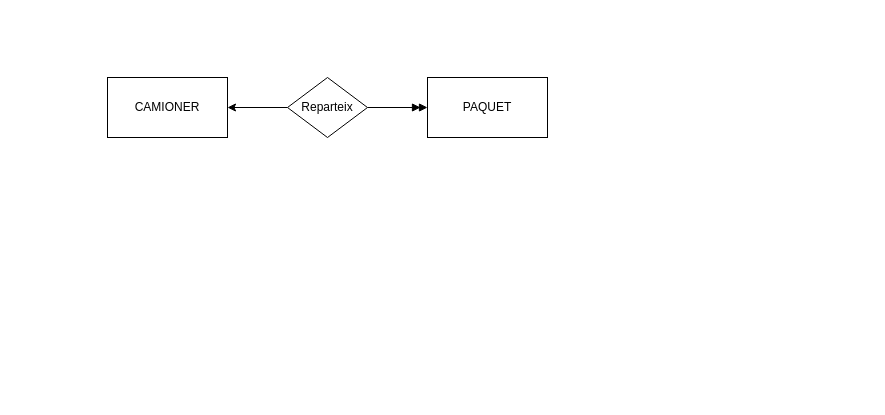
The draw.io diagram GS-Problemes de modelat-exercici1.drawio in KyPH-Phoenix/Base-de-dades-GS2021, before the edit. Source tidied: cells renumbered, new cells numbered last; positions are measured from the earlier drawing's top-left corner, leaving out a move shared by most shapes. Both pictures are drawn from the tidied source at 100%, with x=0, y=0 at pixel (107, 77).
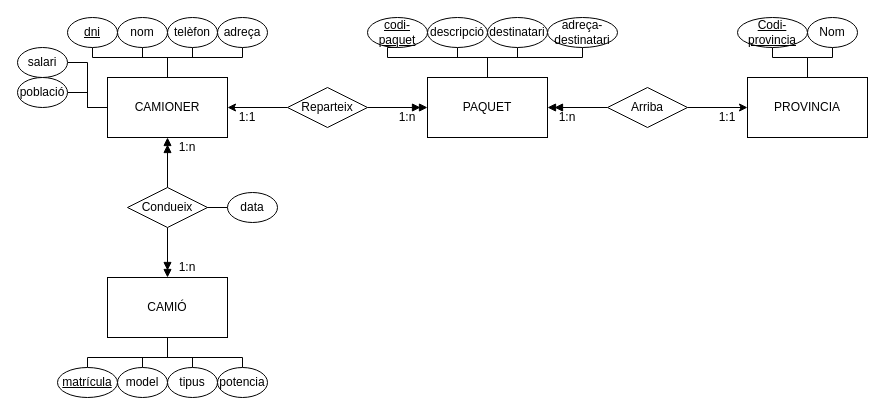
The same diagram, later.

Unchanged cells that the change refers to:
```xml
<mxCell id="2" value="CAMIONER" style="rounded=0;whiteSpace=wrap;html=1;" parent="1" vertex="1">
  <mxGeometry width="120" height="60" as="geometry" />
</mxCell>
<mxCell id="3" value="PAQUET" style="rounded=0;whiteSpace=wrap;html=1;" parent="1" vertex="1">
  <mxGeometry x="320" width="120" height="60" as="geometry" />
</mxCell>
```

The edit, as a diff of the source:
```diff
@@
+    <mxCell id="7" style="edgeStyle=orthogonalEdgeStyle;rounded=0;jettySize=auto;html=1;exitX=0.5;exitY=0;exitDx=0;exitDy=0;endArrow=none;endFill=0;" parent="1" edge="1" source="2" target="34">
+      <mxGeometry relative="1" as="geometry" />
+    </mxCell>
+    <mxCell id="8" style="edgeStyle=orthogonalEdgeStyle;rounded=0;jettySize=auto;html=1;exitX=0.5;exitY=0;exitDx=0;exitDy=0;endArrow=none;endFill=0;" parent="1" edge="1" source="2" target="33">
+      <mxGeometry relative="1" as="geometry" />
+    </mxCell>
+    <mxCell id="9" style="edgeStyle=orthogonalEdgeStyle;rounded=0;jettySize=auto;html=1;exitX=0.5;exitY=0;exitDx=0;exitDy=0;entryX=0.5;entryY=1;entryDx=0;entryDy=0;endArrow=none;endFill=0;" parent="1" edge="1" source="2" target="35">
+      <mxGeometry relative="1" as="geometry" />
+    </mxCell>
+    <mxCell id="10" style="edgeStyle=orthogonalEdgeStyle;rounded=0;jettySize=auto;html=1;exitX=0.5;exitY=0;exitDx=0;exitDy=0;entryX=0.5;entryY=1;entryDx=0;entryDy=0;endArrow=none;endFill=0;" parent="1" edge="1" source="2" target="32">
+      <mxGeometry relative="1" as="geometry" />
+    </mxCell>
+    <mxCell id="11" style="edgeStyle=orthogonalEdgeStyle;rounded=0;jettySize=auto;html=1;exitX=0;exitY=0.5;exitDx=0;exitDy=0;entryX=1;entryY=0.5;entryDx=0;entryDy=0;endArrow=none;endFill=0;" parent="1" edge="1" source="2" target="36">
+      <mxGeometry relative="1" as="geometry" />
+    </mxCell>
+    <mxCell id="12" style="edgeStyle=orthogonalEdgeStyle;rounded=0;jettySize=auto;html=1;exitX=0;exitY=0.5;exitDx=0;exitDy=0;entryX=1;entryY=0.5;entryDx=0;entryDy=0;endArrow=none;endFill=0;" parent="1" edge="1" source="2" target="37">
+      <mxGeometry relative="1" as="geometry" />
+    </mxCell>
@@
+    <mxCell id="13" style="edgeStyle=orthogonalEdgeStyle;rounded=0;jettySize=auto;html=1;exitX=0.5;exitY=0;exitDx=0;exitDy=0;entryX=0.5;entryY=1;entryDx=0;entryDy=0;endArrow=none;endFill=0;" parent="1" edge="1" source="3" target="45">
+      <mxGeometry relative="1" as="geometry">
+        <Array as="points">
+          <mxPoint x="380" y="-20" />
+          <mxPoint x="280" y="-20" />
+        </Array>
+      </mxGeometry>
+    </mxCell>
+    <mxCell id="14" style="edgeStyle=orthogonalEdgeStyle;rounded=0;jettySize=auto;html=1;exitX=0.5;exitY=0;exitDx=0;exitDy=0;entryX=0.5;entryY=1;entryDx=0;entryDy=0;endArrow=none;endFill=0;" parent="1" edge="1" source="3" target="42">
+      <mxGeometry relative="1" as="geometry" />
+    </mxCell>
+    <mxCell id="15" style="edgeStyle=orthogonalEdgeStyle;rounded=0;jettySize=auto;html=1;exitX=0.5;exitY=0;exitDx=0;exitDy=0;entryX=0.5;entryY=1;entryDx=0;entryDy=0;endArrow=none;endFill=0;" parent="1" edge="1" source="3" target="44">
+      <mxGeometry relative="1" as="geometry" />
+    </mxCell>
+    <mxCell id="16" style="edgeStyle=orthogonalEdgeStyle;rounded=0;jettySize=auto;html=1;exitX=0.5;exitY=0;exitDx=0;exitDy=0;entryX=0.5;entryY=1;entryDx=0;entryDy=0;endArrow=none;endFill=0;" parent="1" edge="1" source="3" target="43">
+      <mxGeometry relative="1" as="geometry">
+        <Array as="points">
+          <mxPoint x="380" y="-20" />
+          <mxPoint x="475" y="-20" />
+        </Array>
+      </mxGeometry>
+    </mxCell>
@@
     <mxCell id="6" value="Reparteix" style="rhombus;whiteSpace=wrap;html=1;" parent="1" vertex="1">
-      <mxGeometry x="180" width="80" height="60" as="geometry" />
+      <mxGeometry x="180" y="10" width="80" height="40" as="geometry" />
     </mxCell>
+    <mxCell id="17" style="edgeStyle=orthogonalEdgeStyle;rounded=0;jettySize=auto;html=1;exitX=0.5;exitY=0;exitDx=0;exitDy=0;entryX=0.5;entryY=1;entryDx=0;entryDy=0;endArrow=none;endFill=0;" parent="1" edge="1" source="19" target="46">
+      <mxGeometry relative="1" as="geometry" />
+    </mxCell>
+    <mxCell id="18" style="edgeStyle=orthogonalEdgeStyle;rounded=0;jettySize=auto;html=1;exitX=0.5;exitY=0;exitDx=0;exitDy=0;entryX=0.5;entryY=1;entryDx=0;entryDy=0;endArrow=none;endFill=0;" parent="1" edge="1" source="19" target="47">
+      <mxGeometry relative="1" as="geometry">
+        <Array as="points">
+          <mxPoint x="700" y="-20" />
+          <mxPoint x="725" y="-20" />
+        </Array>
+      </mxGeometry>
+    </mxCell>
+    <mxCell id="19" value="PROVINCIA" style="rounded=0;whiteSpace=wrap;html=1;" parent="1" vertex="1">
+      <mxGeometry x="640" width="120" height="60" as="geometry" />
+    </mxCell>
+    <mxCell id="20" style="edgeStyle=orthogonalEdgeStyle;rounded=0;jettySize=auto;html=1;entryX=0;entryY=0.5;entryDx=0;entryDy=0;" parent="1" edge="1" source="22" target="19">
+      <mxGeometry relative="1" as="geometry" />
+    </mxCell>
+    <mxCell id="21" style="edgeStyle=orthogonalEdgeStyle;rounded=0;jettySize=auto;html=1;exitX=0;exitY=0.5;exitDx=0;exitDy=0;entryX=1;entryY=0.5;entryDx=0;entryDy=0;endArrow=doubleBlock;endFill=1;" parent="1" edge="1" source="22" target="3">
+      <mxGeometry relative="1" as="geometry" />
+    </mxCell>
+    <mxCell id="22" value="Arriba" style="rhombus;whiteSpace=wrap;html=1;" parent="1" vertex="1">
+      <mxGeometry x="500" y="10" width="80" height="40" as="geometry" />
+    </mxCell>
+    <mxCell id="23" style="edgeStyle=orthogonalEdgeStyle;rounded=0;jettySize=auto;html=1;exitX=0.5;exitY=0;exitDx=0;exitDy=0;entryX=0.5;entryY=1;entryDx=0;entryDy=0;endArrow=doubleBlock;endFill=1;" parent="1" edge="1" source="26" target="2">
+      <mxGeometry relative="1" as="geometry" />
+    </mxCell>
+    <mxCell id="24" style="edgeStyle=orthogonalEdgeStyle;rounded=0;jettySize=auto;html=1;exitX=0.5;exitY=1;exitDx=0;exitDy=0;entryX=0.5;entryY=0;entryDx=0;entryDy=0;endArrow=doubleBlock;endFill=1;" parent="1" edge="1" source="26" target="31">
+      <mxGeometry relative="1" as="geometry" />
+    </mxCell>
+    <mxCell id="25" style="edgeStyle=orthogonalEdgeStyle;rounded=0;jettySize=auto;html=1;exitX=1;exitY=0.5;exitDx=0;exitDy=0;endArrow=none;endFill=0;" parent="1" edge="1" source="26" target="54">
+      <mxGeometry relative="1" as="geometry" />
+    </mxCell>
+    <mxCell id="26" value="Condueix" style="rhombus;whiteSpace=wrap;html=1;" parent="1" vertex="1">
+      <mxGeometry x="20" y="110" width="80" height="40" as="geometry" />
+    </mxCell>
+    <mxCell id="27" style="edgeStyle=orthogonalEdgeStyle;rounded=0;jettySize=auto;html=1;exitX=0.5;exitY=1;exitDx=0;exitDy=0;entryX=0.5;entryY=0;entryDx=0;entryDy=0;endArrow=none;endFill=0;" parent="1" edge="1" source="31" target="40">
+      <mxGeometry relative="1" as="geometry" />
+    </mxCell>
+    <mxCell id="28" style="edgeStyle=orthogonalEdgeStyle;rounded=0;jettySize=auto;html=1;exitX=0.5;exitY=1;exitDx=0;exitDy=0;entryX=0.5;entryY=0;entryDx=0;entryDy=0;endArrow=none;endFill=0;" parent="1" edge="1" source="31" target="38">
+      <mxGeometry relative="1" as="geometry">
+        <Array as="points">
+          <mxPoint x="60" y="280" />
+          <mxPoint x="35" y="280" />
+        </Array>
+      </mxGeometry>
+    </mxCell>
+    <mxCell id="29" style="edgeStyle=orthogonalEdgeStyle;rounded=0;jettySize=auto;html=1;exitX=0.5;exitY=1;exitDx=0;exitDy=0;endArrow=none;endFill=0;" parent="1" edge="1" source="31" target="39">
+      <mxGeometry relative="1" as="geometry" />
+    </mxCell>
+    <mxCell id="30" style="edgeStyle=orthogonalEdgeStyle;rounded=0;jettySize=auto;html=1;exitX=0.5;exitY=1;exitDx=0;exitDy=0;endArrow=none;endFill=0;" parent="1" edge="1" source="31" target="41">
+      <mxGeometry relative="1" as="geometry" />
+    </mxCell>
+    <mxCell id="31" value="CAMIÓ" style="rounded=0;whiteSpace=wrap;html=1;" parent="1" vertex="1">
+      <mxGeometry y="200" width="120" height="60" as="geometry" />
+    </mxCell>
+    <mxCell id="32" value="dni" style="ellipse;whiteSpace=wrap;html=1;fontStyle=4;" parent="1" vertex="1">
+      <mxGeometry x="-40" y="-60" width="50" height="30" as="geometry" />
+    </mxCell>
+    <mxCell id="33" value="nom" style="ellipse;whiteSpace=wrap;html=1;" parent="1" vertex="1">
+      <mxGeometry x="10" y="-60" width="50" height="30" as="geometry" />
+    </mxCell>
+    <mxCell id="34" value="telèfon" style="ellipse;whiteSpace=wrap;html=1;" parent="1" vertex="1">
+      <mxGeometry x="60" y="-60" width="50" height="30" as="geometry" />
+    </mxCell>
+    <mxCell id="35" value="adreça" style="ellipse;whiteSpace=wrap;html=1;" parent="1" vertex="1">
+      <mxGeometry x="110" y="-60" width="50" height="30" as="geometry" />
+    </mxCell>
+    <mxCell id="36" value="&lt;div&gt;salari&lt;/div&gt;" style="ellipse;whiteSpace=wrap;html=1;" parent="1" vertex="1">
+      <mxGeometry x="-90" y="-30" width="50" height="30" as="geometry" />
+    </mxCell>
+    <mxCell id="37" value="població" style="ellipse;whiteSpace=wrap;html=1;" parent="1" vertex="1">
+      <mxGeometry x="-90" width="50" height="30" as="geometry" />
+    </mxCell>
+    <mxCell id="38" value="model" style="ellipse;whiteSpace=wrap;html=1;" parent="1" vertex="1">
+      <mxGeometry x="10" y="290" width="50" height="30" as="geometry" />
+    </mxCell>
+    <mxCell id="39" value="tipus" style="ellipse;whiteSpace=wrap;html=1;" parent="1" vertex="1">
+      <mxGeometry x="60" y="290" width="50" height="30" as="geometry" />
+    </mxCell>
+    <mxCell id="40" value="matrícula" style="ellipse;whiteSpace=wrap;html=1;fontStyle=4;" parent="1" vertex="1">
+      <mxGeometry x="-50" y="290" width="60" height="30" as="geometry" />
+    </mxCell>
+    <mxCell id="41" value="potencia" style="ellipse;whiteSpace=wrap;html=1;" parent="1" vertex="1">
+      <mxGeometry x="110" y="290" width="50" height="30" as="geometry" />
+    </mxCell>
+    <mxCell id="42" value="descripció" style="ellipse;whiteSpace=wrap;html=1;" parent="1" vertex="1">
+      <mxGeometry x="320" y="-60" width="60" height="30" as="geometry" />
+    </mxCell>
+    <mxCell id="43" value="adreça-destinatari" style="ellipse;whiteSpace=wrap;html=1;" parent="1" vertex="1">
+      <mxGeometry x="440" y="-60" width="70" height="30" as="geometry" />
+    </mxCell>
+    <mxCell id="44" value="destinatari" style="ellipse;whiteSpace=wrap;html=1;" parent="1" vertex="1">
+      <mxGeometry x="380" y="-60" width="60" height="30" as="geometry" />
+    </mxCell>
+    <mxCell id="45" value="&lt;u&gt;codi-paquet&lt;/u&gt;" style="ellipse;whiteSpace=wrap;html=1;" parent="1" vertex="1">
+      <mxGeometry x="260" y="-60" width="60" height="30" as="geometry" />
+    </mxCell>
+    <mxCell id="46" value="&lt;u&gt;Codi-provincia&lt;/u&gt;" style="ellipse;whiteSpace=wrap;html=1;" parent="1" vertex="1">
+      <mxGeometry x="630" y="-60" width="70" height="30" as="geometry" />
+    </mxCell>
+    <mxCell id="47" value="Nom" style="ellipse;whiteSpace=wrap;html=1;" parent="1" vertex="1">
+      <mxGeometry x="700" y="-60" width="50" height="30" as="geometry" />
+    </mxCell>
+    <mxCell id="48" value="1:n" style="text;html=1;strokeColor=none;fillColor=none;align=center;verticalAlign=middle;whiteSpace=wrap;rounded=0;" parent="1" vertex="1">
+      <mxGeometry x="60" y="180" width="40" height="20" as="geometry" />
+    </mxCell>
+    <mxCell id="49" value="1:n" style="text;html=1;strokeColor=none;fillColor=none;align=center;verticalAlign=middle;whiteSpace=wrap;rounded=0;" parent="1" vertex="1">
+      <mxGeometry x="60" y="60" width="40" height="20" as="geometry" />
+    </mxCell>
+    <mxCell id="50" value="1:1" style="text;html=1;strokeColor=none;fillColor=none;align=center;verticalAlign=middle;whiteSpace=wrap;rounded=0;" parent="1" vertex="1">
+      <mxGeometry x="120" y="30" width="40" height="20" as="geometry" />
+    </mxCell>
+    <mxCell id="51" value="1:n" style="text;html=1;strokeColor=none;fillColor=none;align=center;verticalAlign=middle;whiteSpace=wrap;rounded=0;" parent="1" vertex="1">
+      <mxGeometry x="280" y="30" width="40" height="20" as="geometry" />
+    </mxCell>
+    <mxCell id="52" value="1:1" style="text;html=1;strokeColor=none;fillColor=none;align=center;verticalAlign=middle;whiteSpace=wrap;rounded=0;" parent="1" vertex="1">
+      <mxGeometry x="600" y="30" width="40" height="20" as="geometry" />
+    </mxCell>
+    <mxCell id="53" value="1:n" style="text;html=1;strokeColor=none;fillColor=none;align=center;verticalAlign=middle;whiteSpace=wrap;rounded=0;" parent="1" vertex="1">
+      <mxGeometry x="440" y="30" width="40" height="20" as="geometry" />
+    </mxCell>
+    <mxCell id="54" value="data" style="ellipse;whiteSpace=wrap;html=1;" parent="1" vertex="1">
+      <mxGeometry x="120" y="115" width="50" height="30" as="geometry" />
+    </mxCell>
```
